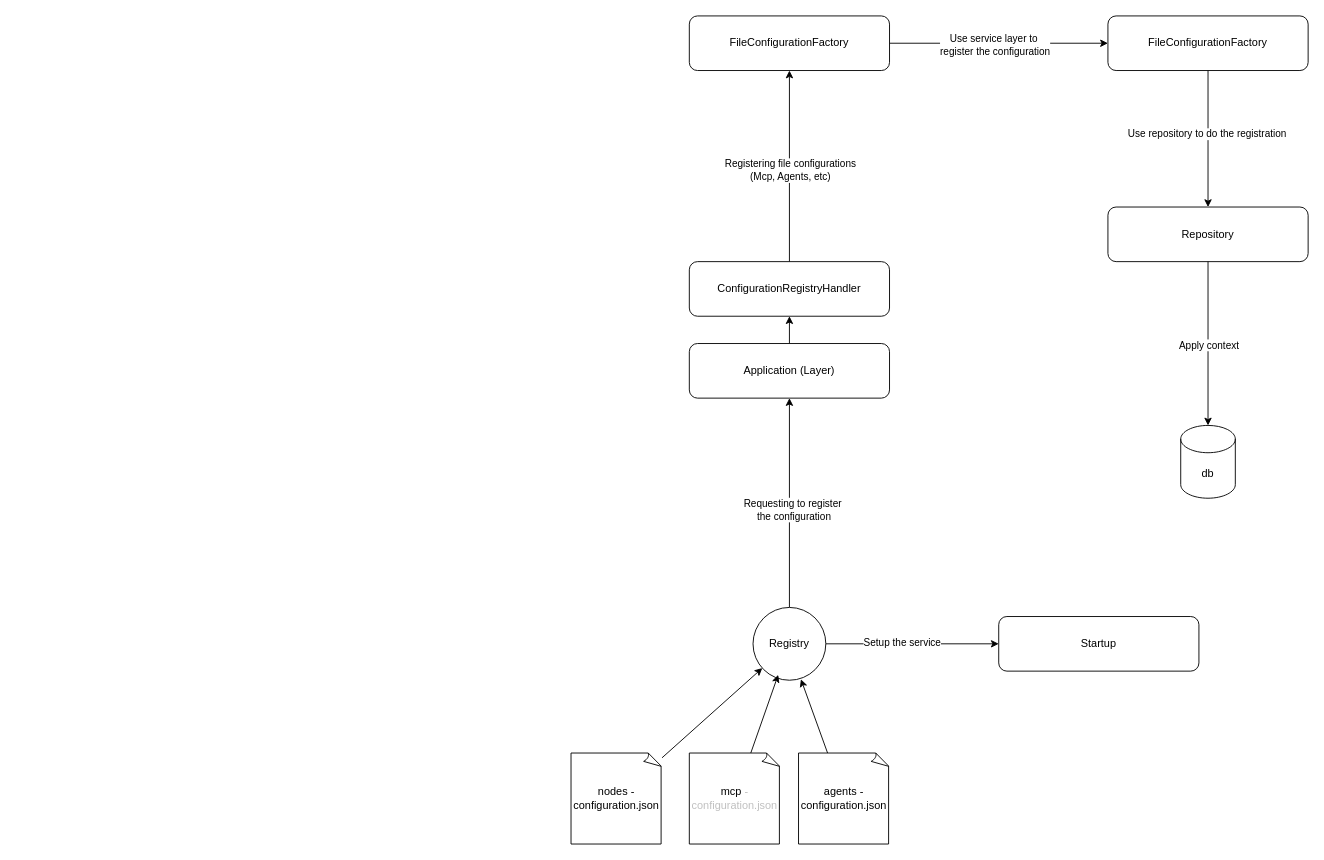
Earlier version of the draw.io diagram page "file-configurations" (1 of 2) of architecture/drawio/life-cycle.drawio (jeff-nasseri/Thalamus). Source tidied: cells renumbered, new cells numbered last; positions are measured from the earlier drawing's top-left corner, leaving out a move shared by most shapes. Both pictures are drawn from the tidied source at 91%, with x=0, y=0 at pixel (571, 15).
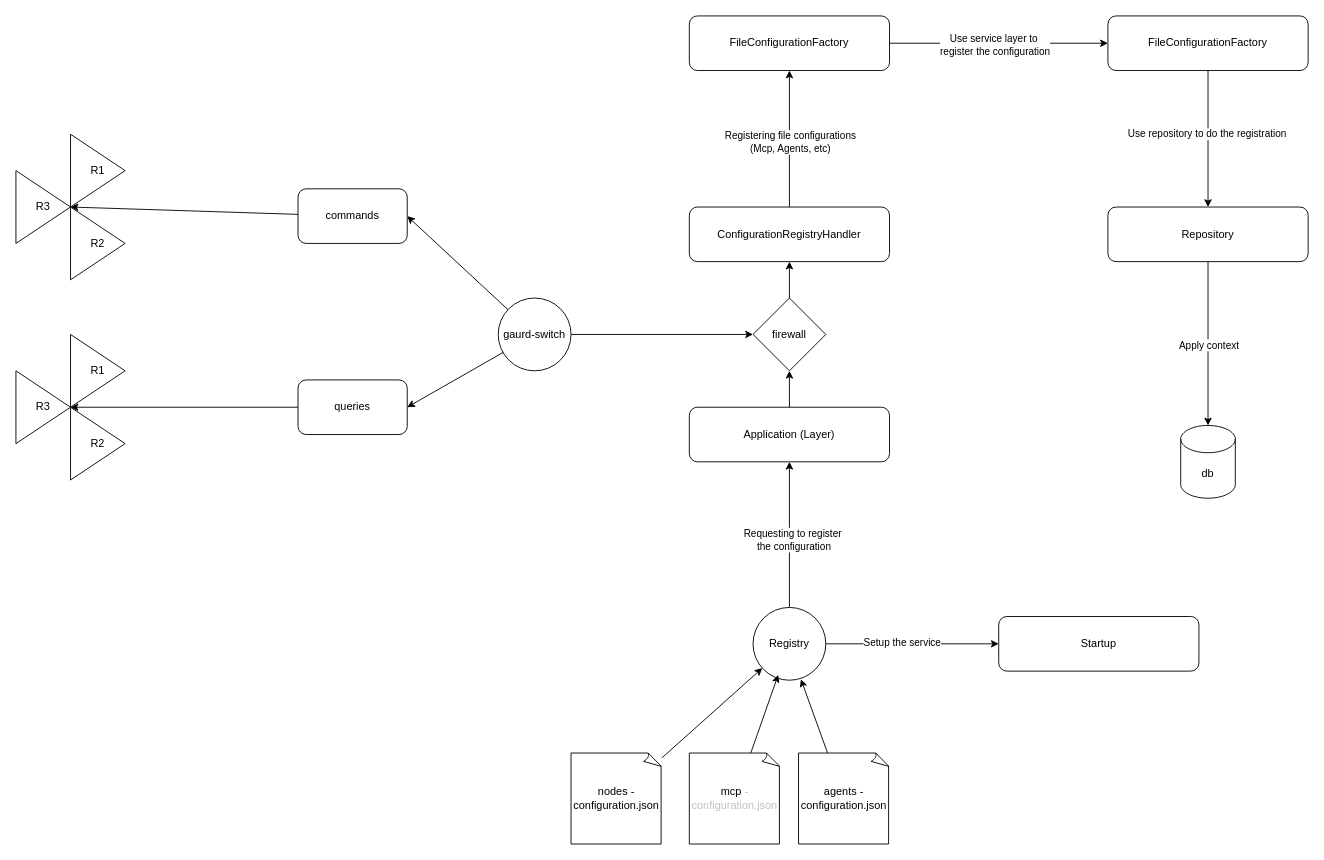
Above is the later version.

Change to the diagram source:
```diff
@@
-    <mxCell id="5" style="edgeStyle=none;html=1;" parent="1" edge="1" source="6" target="16">
+    <mxCell id="5" style="edgeStyle=none;html=1;" parent="1" edge="1" source="30" target="16">
       <mxGeometry relative="1" as="geometry" />
     </mxCell>
     <mxCell id="6" value="Application (Layer)" style="rounded=1;whiteSpace=wrap;html=1;" parent="1" vertex="1">
-      <mxGeometry x="130" y="360" width="220" height="60" as="geometry" />
+      <mxGeometry x="130" y="430" width="220" height="60" as="geometry" />
     </mxCell>
@@
     <mxCell id="16" value="ConfigurationRegistryHandler" style="rounded=1;whiteSpace=wrap;html=1;" parent="1" vertex="1">
-      <mxGeometry x="130" y="270" width="220" height="60" as="geometry" />
+      <mxGeometry x="130" y="210" width="220" height="60" as="geometry" />
     </mxCell>
@@
+    <mxCell id="29" style="edgeStyle=none;html=1;" parent="1" edge="1" source="6" target="30">
+      <mxGeometry relative="1" as="geometry" />
+    </mxCell>
+    <mxCell id="30" value="firewall" style="rhombus;whiteSpace=wrap;html=1;" parent="1" vertex="1">
+      <mxGeometry x="200" y="310" width="80" height="80" as="geometry" />
+    </mxCell>
+    <mxCell id="31" style="edgeStyle=none;html=1;entryX=0;entryY=0.5;entryDx=0;entryDy=0;exitX=1;exitY=0.5;exitDx=0;exitDy=0;" parent="1" edge="1" source="34" target="30">
+      <mxGeometry relative="1" as="geometry" />
+    </mxCell>
+    <mxCell id="32" style="edgeStyle=none;html=1;entryX=1;entryY=0.5;entryDx=0;entryDy=0;" parent="1" edge="1" source="34" target="37">
+      <mxGeometry relative="1" as="geometry" />
+    </mxCell>
+    <mxCell id="33" style="edgeStyle=none;html=1;entryX=1;entryY=0.5;entryDx=0;entryDy=0;" parent="1" edge="1" source="34" target="36">
+      <mxGeometry relative="1" as="geometry" />
+    </mxCell>
+    <mxCell id="34" value="gaurd-switch" style="ellipse;whiteSpace=wrap;html=1;" parent="1" vertex="1">
+      <mxGeometry x="-80" y="310" width="80" height="80" as="geometry" />
+    </mxCell>
+    <mxCell id="35" style="edgeStyle=none;html=1;entryX=1;entryY=0.5;entryDx=0;entryDy=0;" parent="1" edge="1" source="36" target="40">
+      <mxGeometry relative="1" as="geometry" />
+    </mxCell>
+    <mxCell id="36" value="commands" style="rounded=1;whiteSpace=wrap;html=1;" parent="1" vertex="1">
+      <mxGeometry x="-300" y="190" width="120" height="60" as="geometry" />
+    </mxCell>
+    <mxCell id="37" value="queries" style="rounded=1;whiteSpace=wrap;html=1;" parent="1" vertex="1">
+      <mxGeometry x="-300" y="400" width="120" height="60" as="geometry" />
+    </mxCell>
+    <mxCell id="38" value="R1" style="triangle;whiteSpace=wrap;html=1;" parent="1" vertex="1">
+      <mxGeometry x="-550" y="130" width="60" height="80" as="geometry" />
+    </mxCell>
+    <mxCell id="39" value="R2" style="triangle;whiteSpace=wrap;html=1;" parent="1" vertex="1">
+      <mxGeometry x="-550" y="210" width="60" height="80" as="geometry" />
+    </mxCell>
+    <mxCell id="40" value="R3" style="triangle;whiteSpace=wrap;html=1;" parent="1" vertex="1">
+      <mxGeometry x="-610" y="170" width="60" height="80" as="geometry" />
+    </mxCell>
+    <mxCell id="41" value="R1" style="triangle;whiteSpace=wrap;html=1;" parent="1" vertex="1">
+      <mxGeometry x="-550" y="350" width="60" height="80" as="geometry" />
+    </mxCell>
+    <mxCell id="42" value="R2" style="triangle;whiteSpace=wrap;html=1;" parent="1" vertex="1">
+      <mxGeometry x="-550" y="430" width="60" height="80" as="geometry" />
+    </mxCell>
+    <mxCell id="43" value="R3" style="triangle;whiteSpace=wrap;html=1;" parent="1" vertex="1">
+      <mxGeometry x="-610" y="390" width="60" height="80" as="geometry" />
+    </mxCell>
+    <mxCell id="44" style="edgeStyle=none;html=1;entryX=0;entryY=0;entryDx=0;entryDy=0;entryPerimeter=0;" parent="1" edge="1" source="37" target="42">
+      <mxGeometry relative="1" as="geometry" />
+    </mxCell>
```
